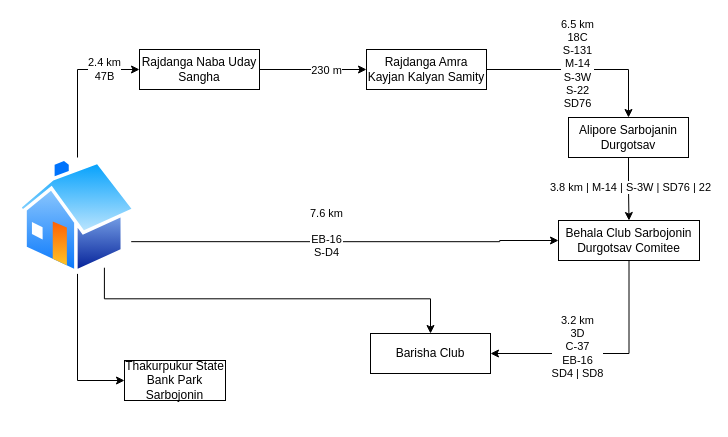
Before: Untitled Diagram.drawio in shammsit/ditecian, a draw.io diagram. Source tidied: cells renumbered, new cells numbered last; positions are measured from the earlier drawing's top-left corner, leaving out a move shared by most shapes. Both pictures are drawn from the tidied source at 100%, with x=0, y=0 at pixel (17, 49).
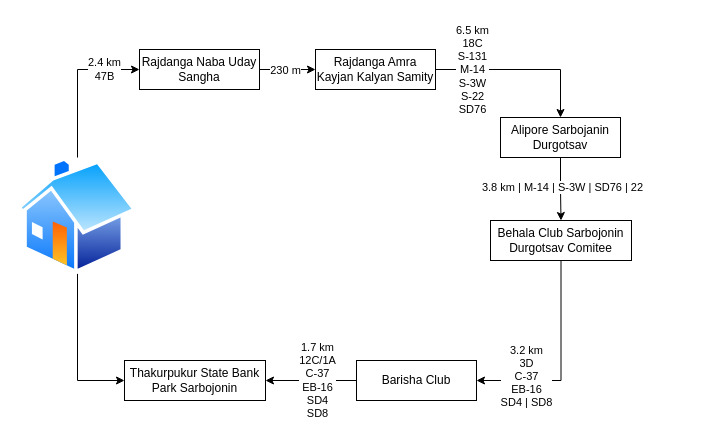
After the change.

Unchanged cells that the change refers to:
```xml
<mxCell id="3" style="edgeStyle=orthogonalEdgeStyle;rounded=0;jettySize=auto;html=1;exitX=1;exitY=0.5;exitDx=0;exitDy=0;entryX=0.5;entryY=0;entryDx=0;entryDy=0;" parent="1" edge="1" source="2" target="10">
  <mxGeometry relative="1" as="geometry" />
</mxCell>
<mxCell id="5" style="edgeStyle=orthogonalEdgeStyle;rounded=0;jettySize=auto;html=1;exitX=1;exitY=0.5;exitDx=0;exitDy=0;" parent="1" edge="1" source="7" target="2">
  <mxGeometry relative="1" as="geometry" />
</mxCell>
<mxCell id="11" style="edgeStyle=orthogonalEdgeStyle;rounded=0;jettySize=auto;html=1;exitX=0.5;exitY=1;exitDx=0;exitDy=0;entryX=1;entryY=0.5;entryDx=0;entryDy=0;" parent="1" edge="1" source="13" target="14">
  <mxGeometry relative="1" as="geometry" />
</mxCell>
<mxCell id="22" style="image;perimeter=ellipsePerimeter;html=1;align=center;shadow=0;dashed=0;spacingTop=3;image=img/lib/active_directory/home.svg;" parent="1" vertex="1">
  <mxGeometry y="108" width="120" height="116.4" as="geometry" />
</mxCell>
```

Change to the diagram source:
```diff
@@
     <mxCell id="2" value="Rajdanga Amra Kayjan Kalyan Samity" style="rounded=0;whiteSpace=wrap;html=1;" parent="1" vertex="1">
-      <mxGeometry x="349" width="120" height="40" as="geometry" />
+      <mxGeometry x="298" width="120" height="40" as="geometry" />
     </mxCell>
@@
     <mxCell id="4" value="6.5 km&lt;div&gt;18C&lt;/div&gt;&lt;div&gt;S-131&lt;/div&gt;&lt;div&gt;M-14&lt;/div&gt;&lt;div&gt;S-3W&lt;/div&gt;&lt;div&gt;S-22&lt;/div&gt;&lt;div&gt;SD76&lt;/div&gt;&lt;div&gt;&lt;br&gt;&lt;/div&gt;" style="edgeLabel;html=1;align=center;verticalAlign=middle;" parent="3" vertex="1">
-      <mxGeometry x="-0.05" relative="1" as="geometry" />
+      <mxGeometry x="-0.05" relative="1" as="geometry">
+        <mxPoint x="-46" y="6" as="offset" />
+      </mxGeometry>
     </mxCell>
@@
     <mxCell id="6" value="230 m" style="edgeLabel;html=1;align=center;verticalAlign=middle;" parent="5" vertex="1">
-      <mxGeometry x="0.24" relative="1" as="geometry" />
+      <mxGeometry x="0.24" relative="1" as="geometry">
+        <mxPoint x="-10" as="offset" />
+      </mxGeometry>
     </mxCell>
@@
     <mxCell id="10" value="Alipore Sarbojanin Durgotsav" style="rounded=0;whiteSpace=wrap;html=1;" parent="1" vertex="1">
-      <mxGeometry x="551" y="68" width="120" height="40" as="geometry" />
+      <mxGeometry x="483" y="68" width="120" height="40" as="geometry" />
     </mxCell>
@@
-    <mxCell id="12" value="3.2 km&lt;div&gt;3D&lt;/div&gt;&lt;div&gt;C-37&lt;/div&gt;&lt;div&gt;EB-16&lt;/div&gt;&lt;div&gt;SD4 | SD8&lt;/div&gt;&lt;div&gt;&lt;br&gt;&lt;/div&gt;" style="edgeLabel;html=1;align=center;verticalAlign=middle;" parent="11" vertex="1">
-      <mxGeometry x="0.25" y="-1" relative="1" as="geometry" />
+    <mxCell id="12" value="3.2 km&lt;div&gt;3D&lt;/div&gt;&lt;div&gt;C-37&lt;/div&gt;&lt;div&gt;EB-16&lt;/div&gt;&lt;div&gt;SD4 | SD8&lt;/div&gt;" style="edgeLabel;html=1;align=center;verticalAlign=middle;" parent="11" vertex="1">
+      <mxGeometry x="0.25" y="-1" relative="1" as="geometry">
+        <mxPoint x="-27" y="-4" as="offset" />
+      </mxGeometry>
     </mxCell>
     <mxCell id="13" value="Behala Club Sarbojonin Durgotsav Comitee" style="rounded=0;whiteSpace=wrap;html=1;" parent="1" vertex="1">
-      <mxGeometry x="541" y="171" width="141" height="40" as="geometry" />
+      <mxGeometry x="473" y="171" width="141" height="40" as="geometry" />
     </mxCell>
+    <mxCell id="23" style="edgeStyle=orthogonalEdgeStyle;rounded=0;jettySize=auto;html=1;exitX=0;exitY=0.5;exitDx=0;exitDy=0;" parent="1" edge="1" source="14" target="15">
+      <mxGeometry relative="1" as="geometry" />
+    </mxCell>
+    <mxCell id="24" value="1.7 km&lt;div&gt;12C/1A&lt;/div&gt;&lt;div&gt;C-37&lt;/div&gt;&lt;div&gt;EB-16&lt;/div&gt;&lt;div&gt;SD4&lt;/div&gt;&lt;div&gt;SD8&lt;/div&gt;" style="edgeLabel;html=1;align=center;verticalAlign=middle;" parent="23" vertex="1">
+      <mxGeometry x="-0.11" y="-1" relative="1" as="geometry" />
+    </mxCell>
     <mxCell id="14" value="Barisha Club" style="rounded=0;whiteSpace=wrap;html=1;" parent="1" vertex="1">
-      <mxGeometry x="353" y="284" width="120" height="40" as="geometry" />
+      <mxGeometry x="339" y="311" width="120" height="40" as="geometry" />
     </mxCell>
     <mxCell id="15" value="Thakurpukur State Bank Park Sarbojonin" style="rounded=0;whiteSpace=wrap;html=1;" parent="1" vertex="1">
-      <mxGeometry x="107" y="311" width="101" height="40" as="geometry" />
+      <mxGeometry x="107" y="311" width="141" height="40" as="geometry" />
     </mxCell>
@@
-    <mxCell id="19" style="edgeStyle=orthogonalEdgeStyle;rounded=0;jettySize=auto;html=1;exitX=0.75;exitY=1;exitDx=0;exitDy=0;entryX=0.5;entryY=0;entryDx=0;entryDy=0;" parent="1" edge="1" source="22" target="14">
-      <mxGeometry relative="1" as="geometry">
-        <Array as="points">
-          <mxPoint x="86.8" y="249.3" />
-          <mxPoint x="413" y="249.3" />
-        </Array>
-      </mxGeometry>
-    </mxCell>
-    <mxCell id="20" style="edgeStyle=orthogonalEdgeStyle;rounded=0;jettySize=auto;html=1;exitX=1;exitY=0.75;exitDx=0;exitDy=0;entryX=0;entryY=0.5;entryDx=0;entryDy=0;" parent="1" edge="1" source="22" target="13">
-      <mxGeometry relative="1" as="geometry">
-        <Array as="points">
-          <mxPoint x="482.2" y="191.9" />
-          <mxPoint x="541" y="191" />
-        </Array>
-      </mxGeometry>
-    </mxCell>
-    <mxCell id="21" value="7.6 km&lt;div&gt;&lt;br&gt;&lt;/div&gt;&lt;div&gt;EB-16&lt;/div&gt;&lt;div&gt;S-D4&lt;/div&gt;&lt;div&gt;&lt;br&gt;&lt;/div&gt;" style="edgeLabel;html=1;align=center;verticalAlign=middle;" parent="20" vertex="1">
-      <mxGeometry x="-0.09" y="3" relative="1" as="geometry" />
-    </mxCell>
```
